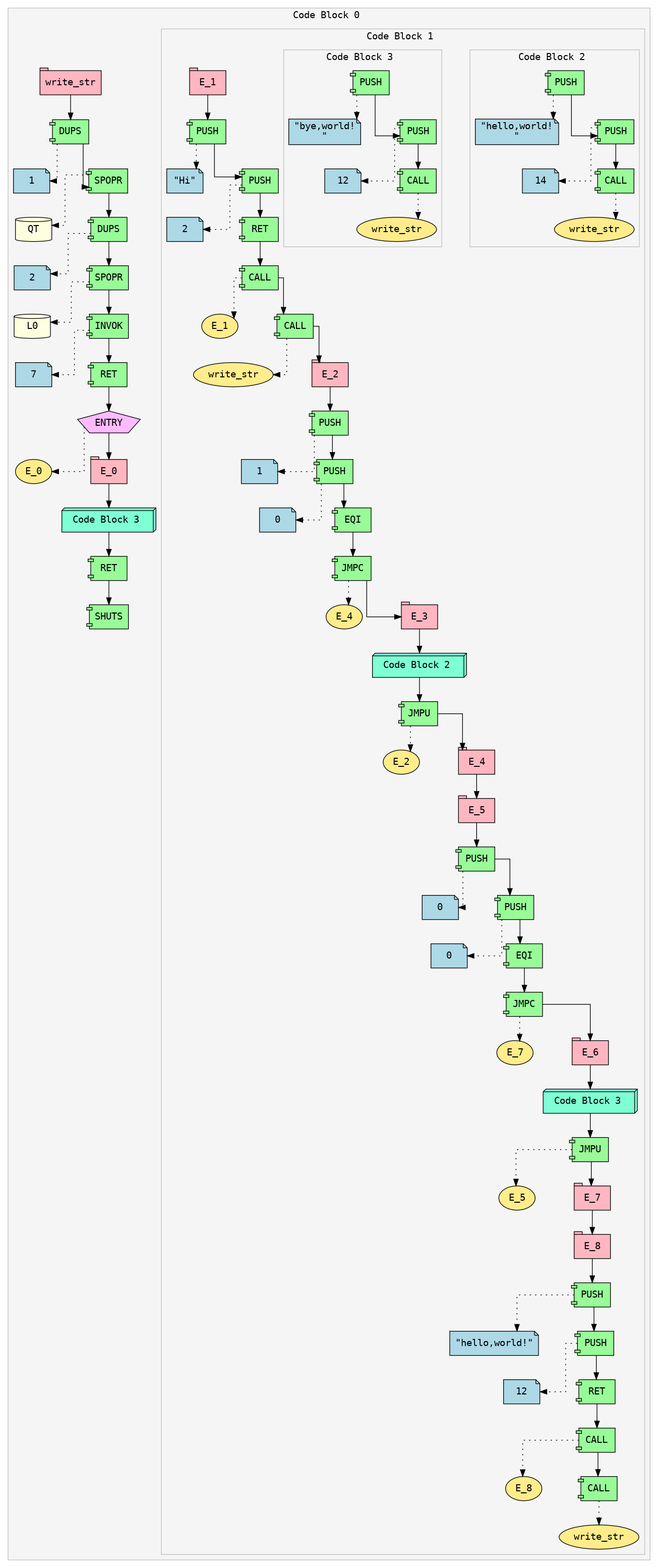
Above: ir.png in Soham-Metha/IICT_Segfault_2025 (Graphviz), before the change. Its source is kept beside it as ir.dot.
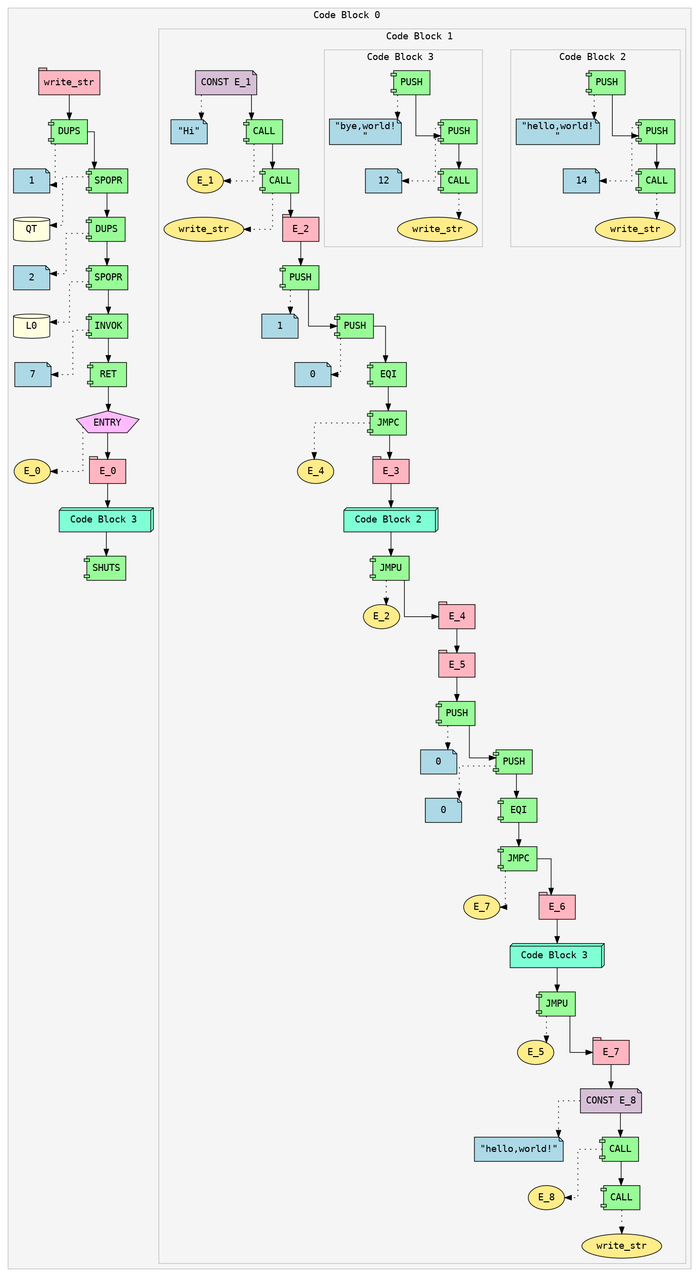
Later version of the same file.

Change to the diagram source:
```diff
@@ -43,139 +43,121 @@
 color=gray;
 fillcolor=whitesmoke;
 fontname="Courier";
-Expr_17 [shape=tab style=filled fillcolor=lightpink fontname="Courier" label="E_1"]
-Expr_18 [shape=component style=filled fillcolor=palegreen fontname="Courier" label="PUSH"]
-Expr_19 [shape=note style=filled fillcolor=lightblue fontname="Courier" label="\"Hi\""]
-Expr_18 -> Expr_19 [style=dotted]
-Expr_17 -> Expr_18;
-Expr_20 [shape=component style=filled fillcolor=palegreen fontname="Courier" label="PUSH"]
-Expr_21 [shape=note style=filled fillcolor=lightblue fontname="Courier" label="2"]
-Expr_20 -> Expr_21 [style=dotted]
-Expr_18 -> Expr_20;
-Expr_22 [shape=component style=filled fillcolor=palegreen fontname="Courier" label="RET"]
-Expr_20 -> Expr_22;
-Expr_23 [shape=component style=filled fillcolor=palegreen fontname="Courier" label="CALL"]
-Expr_24 [shape=ellipse style=filled fillcolor=lightgoldenrod1 fontname="Courier" label="E_1"]
-Expr_23 -> Expr_24 [style=dotted]
-Expr_22 -> Expr_23;
-Expr_25 [shape=component style=filled fillcolor=palegreen fontname="Courier" label="CALL"]
-Expr_26 [shape=ellipse style=filled fillcolor=lightgoldenrod1 fontname="Courier" label="write_str"]
-Expr_25 -> Expr_26 [style=dotted]
-Expr_23 -> Expr_25;
-Expr_27 [shape=tab style=filled fillcolor=lightpink fontname="Courier" label="E_2"]
-Expr_25 -> Expr_27;
-Expr_28 [shape=component style=filled fillcolor=palegreen fontname="Courier" label="PUSH"]
-Expr_29 [shape=note style=filled fillcolor=lightblue fontname="Courier" label="1"]
-Expr_28 -> Expr_29 [style=dotted]
-Expr_27 -> Expr_28;
-Expr_30 [shape=component style=filled fillcolor=palegreen fontname="Courier" label="PUSH"]
-Expr_31 [shape=note style=filled fillcolor=lightblue fontname="Courier" label="0"]
-Expr_30 -> Expr_31 [style=dotted]
-Expr_28 -> Expr_30;
-Expr_32 [shape=component style=filled fillcolor=palegreen fontname="Courier" label="EQI"]
-Expr_30 -> Expr_32;
-Expr_33 [shape=component style=filled fillcolor=palegreen fontname="Courier" label="JMPC"]
-Expr_34 [shape=ellipse style=filled fillcolor=lightgoldenrod1 fontname="Courier" label="E_4"]
-Expr_33 -> Expr_34 [style=dotted]
-Expr_32 -> Expr_33;
-Expr_35 [shape=tab style=filled fillcolor=lightpink fontname="Courier" label="E_3"]
-Expr_33 -> Expr_35;
-subgraph cluster_36 {
+Expr_17 [shape=note style=filled fillcolor=thistle fontname="Courier" label="CONST E_1"]
+Expr_18 [shape=note style=filled fillcolor=lightblue fontname="Courier" label="\"Hi\""]
+Expr_17 -> Expr_18 [style=dotted]
+Expr_19 [shape=component style=filled fillcolor=palegreen fontname="Courier" label="CALL"]
+Expr_20 [shape=ellipse style=filled fillcolor=lightgoldenrod1 fontname="Courier" label="E_1"]
+Expr_19 -> Expr_20 [style=dotted]
+Expr_17 -> Expr_19;
+Expr_21 [shape=component style=filled fillcolor=palegreen fontname="Courier" label="CALL"]
+Expr_22 [shape=ellipse style=filled fillcolor=lightgoldenrod1 fontname="Courier" label="write_str"]
+Expr_21 -> Expr_22 [style=dotted]
+Expr_19 -> Expr_21;
+Expr_23 [shape=tab style=filled fillcolor=lightpink fontname="Courier" label="E_2"]
+Expr_21 -> Expr_23;
+Expr_24 [shape=component style=filled fillcolor=palegreen fontname="Courier" label="PUSH"]
+Expr_25 [shape=note style=filled fillcolor=lightblue fontname="Courier" label="1"]
+Expr_24 -> Expr_25 [style=dotted]
+Expr_23 -> Expr_24;
+Expr_26 [shape=component style=filled fillcolor=palegreen fontname="Courier" label="PUSH"]
+Expr_27 [shape=note style=filled fillcolor=lightblue fontname="Courier" label="0"]
+Expr_26 -> Expr_27 [style=dotted]
+Expr_24 -> Expr_26;
+Expr_28 [shape=component style=filled fillcolor=palegreen fontname="Courier" label="EQI"]
+Expr_26 -> Expr_28;
+Expr_29 [shape=component style=filled fillcolor=palegreen fontname="Courier" label="JMPC"]
+Expr_30 [shape=ellipse style=filled fillcolor=lightgoldenrod1 fontname="Courier" label="E_4"]
+Expr_29 -> Expr_30 [style=dotted]
+Expr_28 -> Expr_29;
+Expr_31 [shape=tab style=filled fillcolor=lightpink fontname="Courier" label="E_3"]
+Expr_29 -> Expr_31;
+subgraph cluster_32 {
 label="Code Block 2 ";
 style=filled;
 color=gray;
 fillcolor=whitesmoke;
 fontname="Courier";
-Expr_37 [shape=component style=filled fillcolor=palegreen fontname="Courier" label="PUSH"]
-Expr_38 [shape=note style=filled fillcolor=lightblue fontname="Courier" label="\"hello,world!\n\""]
+Expr_33 [shape=component style=filled fillcolor=palegreen fontname="Courier" label="PUSH"]
+Expr_34 [shape=note style=filled fillcolor=lightblue fontname="Courier" label="\"hello,world!\n\""]
+Expr_33 -> Expr_34 [style=dotted]
+Expr_35 [shape=component style=filled fillcolor=palegreen fontname="Courier" label="PUSH"]
+Expr_36 [shape=note style=filled fillcolor=lightblue fontname="Courier" label="14"]
+Expr_35 -> Expr_36 [style=dotted]
+Expr_33 -> Expr_35;
+Expr_37 [shape=component style=filled fillcolor=palegreen fontname="Courier" label="CALL"]
+Expr_38 [shape=ellipse style=filled fillcolor=lightgoldenrod1 fontname="Courier" label="write_str"]
 Expr_37 -> Expr_38 [style=dotted]
-Expr_39 [shape=component style=filled fillcolor=palegreen fontname="Courier" label="PUSH"]
-Expr_40 [shape=note style=filled fillcolor=lightblue fontname="Courier" label="14"]
+Expr_35 -> Expr_37;
+}
+Expr_32 [shape=box3d style=filled fillcolor=aquamarine fontname="Courier" label=" Code Block 2  "]
+Expr_31 -> Expr_32;
+Expr_39 [shape=component style=filled fillcolor=palegreen fontname="Courier" label="JMPU"]
+Expr_40 [shape=ellipse style=filled fillcolor=lightgoldenrod1 fontname="Courier" label="E_2"]
 Expr_39 -> Expr_40 [style=dotted]
-Expr_37 -> Expr_39;
-Expr_41 [shape=component style=filled fillcolor=palegreen fontname="Courier" label="CALL"]
-Expr_42 [shape=ellipse style=filled fillcolor=lightgoldenrod1 fontname="Courier" label="write_str"]
-Expr_41 -> Expr_42 [style=dotted]
+Expr_32 -> Expr_39;
+Expr_41 [shape=tab style=filled fillcolor=lightpink fontname="Courier" label="E_4"]
 Expr_39 -> Expr_41;
-}
-Expr_36 [shape=box3d style=filled fillcolor=aquamarine fontname="Courier" label=" Code Block 2  "]
-Expr_35 -> Expr_36;
-Expr_43 [shape=component style=filled fillcolor=palegreen fontname="Courier" label="JMPU"]
-Expr_44 [shape=ellipse style=filled fillcolor=lightgoldenrod1 fontname="Courier" label="E_2"]
+Expr_42 [shape=tab style=filled fillcolor=lightpink fontname="Courier" label="E_5"]
+Expr_41 -> Expr_42;
+Expr_43 [shape=component style=filled fillcolor=palegreen fontname="Courier" label="PUSH"]
+Expr_44 [shape=note style=filled fillcolor=lightblue fontname="Courier" label="0"]
 Expr_43 -> Expr_44 [style=dotted]
-Expr_36 -> Expr_43;
-Expr_45 [shape=tab style=filled fillcolor=lightpink fontname="Courier" label="E_4"]
+Expr_42 -> Expr_43;
+Expr_45 [shape=component style=filled fillcolor=palegreen fontname="Courier" label="PUSH"]
+Expr_46 [shape=note style=filled fillcolor=lightblue fontname="Courier" label="0"]
+Expr_45 -> Expr_46 [style=dotted]
 Expr_43 -> Expr_45;
-Expr_46 [shape=tab style=filled fillcolor=lightpink fontname="Courier" label="E_5"]
-Expr_45 -> Expr_46;
-Expr_47 [shape=component style=filled fillcolor=palegreen fontname="Courier" label="PUSH"]
-Expr_48 [shape=note style=filled fillcolor=lightblue fontname="Courier" label="0"]
-Expr_47 -> Expr_48 [style=dotted]
-Expr_46 -> Expr_47;
-Expr_49 [shape=component style=filled fillcolor=palegreen fontname="Courier" label="PUSH"]
-Expr_50 [shape=note style=filled fillcolor=lightblue fontname="Courier" label="0"]
-Expr_49 -> Expr_50 [style=dotted]
-Expr_47 -> Expr_49;
-Expr_51 [shape=component style=filled fillcolor=palegreen fontname="Courier" label="EQI"]
-Expr_49 -> Expr_51;
-Expr_52 [shape=component style=filled fillcolor=palegreen fontname="Courier" label="JMPC"]
-Expr_53 [shape=ellipse style=filled fillcolor=lightgoldenrod1 fontname="Courier" label="E_7"]
-Expr_52 -> Expr_53 [style=dotted]
-Expr_51 -> Expr_52;
-Expr_54 [shape=tab style=filled fillcolor=lightpink fontname="Courier" label="E_6"]
-Expr_52 -> Expr_54;
-subgraph cluster_55 {
+Expr_47 [shape=component style=filled fillcolor=palegreen fontname="Courier" label="EQI"]
+Expr_45 -> Expr_47;
+Expr_48 [shape=component style=filled fillcolor=palegreen fontname="Courier" label="JMPC"]
+Expr_49 [shape=ellipse style=filled fillcolor=lightgoldenrod1 fontname="Courier" label="E_7"]
+Expr_48 -> Expr_49 [style=dotted]
+Expr_47 -> Expr_48;
+Expr_50 [shape=tab style=filled fillcolor=lightpink fontname="Courier" label="E_6"]
+Expr_48 -> Expr_50;
+subgraph cluster_51 {
 label="Code Block 3 ";
 style=filled;
 color=gray;
 fillcolor=whitesmoke;
 fontname="Courier";
-Expr_56 [shape=component style=filled fillcolor=palegreen fontname="Courier" label="PUSH"]
-Expr_57 [shape=note style=filled fillcolor=lightblue fontname="Courier" label="\"bye,world!\n\""]
+Expr_52 [shape=component style=filled fillcolor=palegreen fontname="Courier" label="PUSH"]
+Expr_53 [shape=note style=filled fillcolor=lightblue fontname="Courier" label="\"bye,world!\n\""]
+Expr_52 -> Expr_53 [style=dotted]
+Expr_54 [shape=component style=filled fillcolor=palegreen fontname="Courier" label="PUSH"]
+Expr_55 [shape=note style=filled fillcolor=lightblue fontname="Courier" label="12"]
+Expr_54 -> Expr_55 [style=dotted]
+Expr_52 -> Expr_54;
+Expr_56 [shape=component style=filled fillcolor=palegreen fontname="Courier" label="CALL"]
+Expr_57 [shape=ellipse style=filled fillcolor=lightgoldenrod1 fontname="Courier" label="write_str"]
 Expr_56 -> Expr_57 [style=dotted]
-Expr_58 [shape=component style=filled fillcolor=palegreen fontname="Courier" label="PUSH"]
-Expr_59 [shape=note style=filled fillcolor=lightblue fontname="Courier" label="12"]
+Expr_54 -> Expr_56;
+}
+Expr_51 [shape=box3d style=filled fillcolor=aquamarine fontname="Courier" label=" Code Block 3  "]
+Expr_50 -> Expr_51;
+Expr_58 [shape=component style=filled fillcolor=palegreen fontname="Courier" label="JMPU"]
+Expr_59 [shape=ellipse style=filled fillcolor=lightgoldenrod1 fontname="Courier" label="E_5"]
 Expr_58 -> Expr_59 [style=dotted]
-Expr_56 -> Expr_58;
-Expr_60 [shape=component style=filled fillcolor=palegreen fontname="Courier" label="CALL"]
-Expr_61 [shape=ellipse style=filled fillcolor=lightgoldenrod1 fontname="Courier" label="write_str"]
-Expr_60 -> Expr_61 [style=dotted]
+Expr_51 -> Expr_58;
+Expr_60 [shape=tab style=filled fillcolor=lightpink fontname="Courier" label="E_7"]
 Expr_58 -> Expr_60;
-}
-Expr_55 [shape=box3d style=filled fillcolor=aquamarine fontname="Courier" label=" Code Block 3  "]
-Expr_54 -> Expr_55;
-Expr_62 [shape=component style=filled fillcolor=palegreen fontname="Courier" label="JMPU"]
-Expr_63 [shape=ellipse style=filled fillcolor=lightgoldenrod1 fontname="Courier" label="E_5"]
-Expr_62 -> Expr_63 [style=dotted]
-Expr_55 -> Expr_62;
-Expr_64 [shape=tab style=filled fillcolor=lightpink fontname="Courier" label="E_7"]
-Expr_62 -> Expr_64;
-Expr_65 [shape=tab style=filled fillcolor=lightpink fontname="Courier" label="E_8"]
-Expr_64 -> Expr_65;
-Expr_66 [shape=component style=filled fillcolor=palegreen fontname="Courier" label="PUSH"]
-Expr_67 [shape=note style=filled fillcolor=lightblue fontname="Courier" label="\"hello,world!\""]
-Expr_66 -> Expr_67 [style=dotted]
-Expr_65 -> Expr_66;
-Expr_68 [shape=component style=filled fillcolor=palegreen fontname="Courier" label="PUSH"]
-Expr_69 [shape=note style=filled fillcolor=lightblue fontname="Courier" label="12"]
-Expr_68 -> Expr_69 [style=dotted]
-Expr_66 -> Expr_68;
-Expr_70 [shape=component style=filled fillcolor=palegreen fontname="Courier" label="RET"]
-Expr_68 -> Expr_70;
-Expr_71 [shape=component style=filled fillcolor=palegreen fontname="Courier" label="CALL"]
-Expr_72 [shape=ellipse style=filled fillcolor=lightgoldenrod1 fontname="Courier" label="E_8"]
-Expr_71 -> Expr_72 [style=dotted]
-Expr_70 -> Expr_71;
-Expr_73 [shape=component style=filled fillcolor=palegreen fontname="Courier" label="CALL"]
-Expr_74 [shape=ellipse style=filled fillcolor=lightgoldenrod1 fontname="Courier" label="write_str"]
-Expr_73 -> Expr_74 [style=dotted]
-Expr_71 -> Expr_73;
+Expr_61 [shape=note style=filled fillcolor=thistle fontname="Courier" label="CONST E_8"]
+Expr_62 [shape=note style=filled fillcolor=lightblue fontname="Courier" label="\"hello,world!\""]
+Expr_61 -> Expr_62 [style=dotted]
+Expr_60 -> Expr_61;
+Expr_63 [shape=component style=filled fillcolor=palegreen fontname="Courier" label="CALL"]
+Expr_64 [shape=ellipse style=filled fillcolor=lightgoldenrod1 fontname="Courier" label="E_8"]
+Expr_63 -> Expr_64 [style=dotted]
+Expr_61 -> Expr_63;
+Expr_65 [shape=component style=filled fillcolor=palegreen fontname="Courier" label="CALL"]
+Expr_66 [shape=ellipse style=filled fillcolor=lightgoldenrod1 fontname="Courier" label="write_str"]
+Expr_65 -> Expr_66 [style=dotted]
+Expr_63 -> Expr_65;
 }
 Expr_16 [shape=box3d style=filled fillcolor=aquamarine fontname="Courier" label=" Code Block 3  "]
 Expr_15 -> Expr_16;
-Expr_75 [shape=component style=filled fillcolor=palegreen fontname="Courier" label="RET"]
-Expr_16 -> Expr_75;
-Expr_76 [shape=component style=filled fillcolor=palegreen fontname="Courier" label="SHUTS"]
-Expr_75 -> Expr_76;
+Expr_67 [shape=component style=filled fillcolor=palegreen fontname="Courier" label="SHUTS"]
+Expr_16 -> Expr_67;
 }
 }
```
